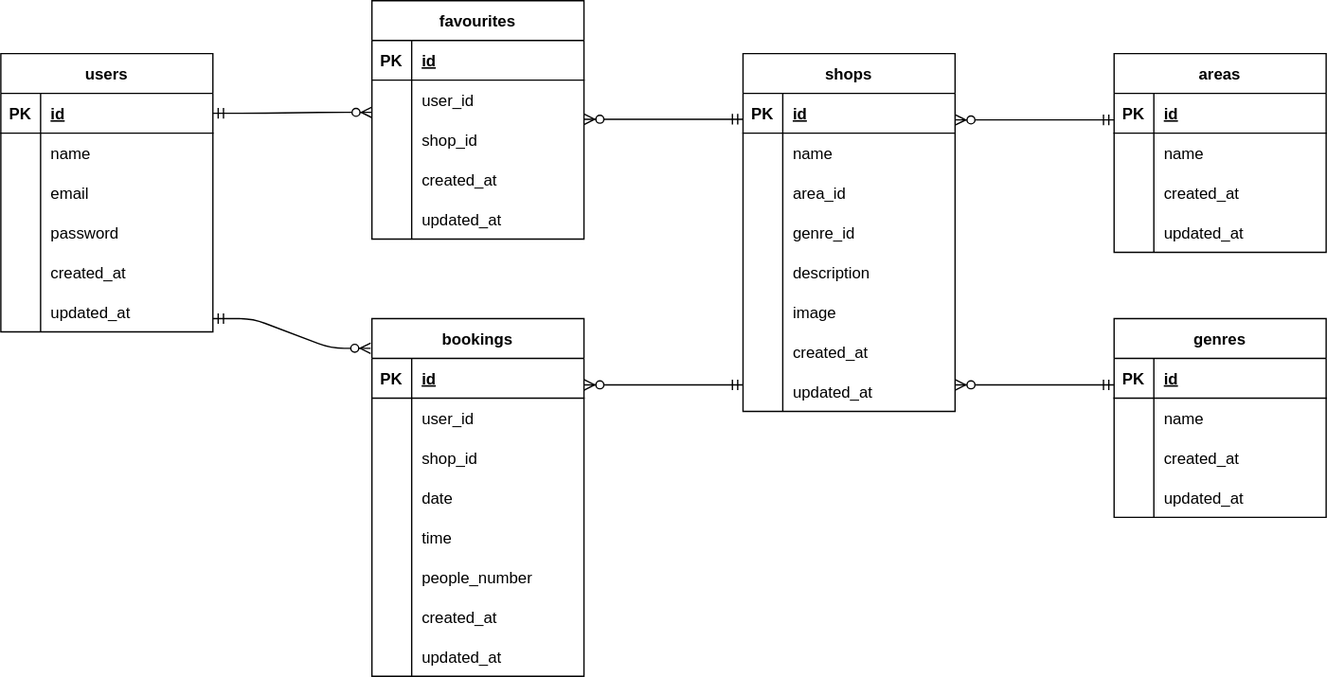
Earlier version of the draw.io export index.drawio.svg (MiyokoNakada/20240603_Rese). Source tidied: cells renumbered, new cells last; positions are measured from the earlier drawing's top-left corner, leaving out a move shared by most shapes.
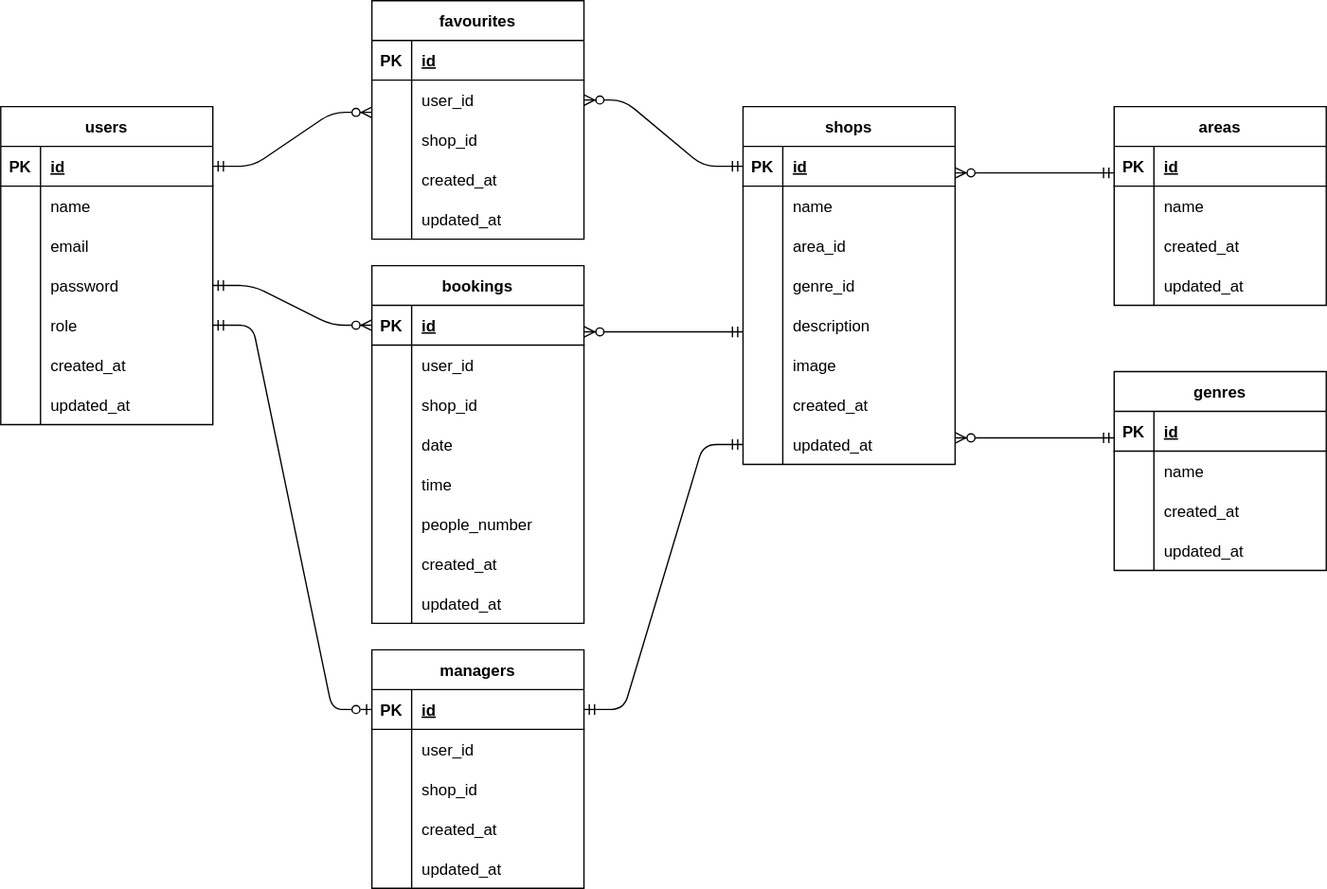
The same diagram one commit later.

Change to the diagram source:
```diff
@@ -3,7 +3,7 @@
     <mxCell id="0" />
     <mxCell id="1" parent="0" />
     <mxCell id="2" value="users" style="shape=table;startSize=30;rowLines=0;fontStyle=1;align=center;" parent="1" vertex="1">
-      <mxGeometry y="40" width="160" height="210" as="geometry" />
+      <mxGeometry y="40" width="160" height="240" as="geometry" />
     </mxCell>
     <mxCell id="3" style="shape=tableRow;horizontal=0;startSize=0;swimlaneHead=0;swimlaneBody=0;fillColor=none;points=[[0,0.5],[1,0.5]];portConstraint=eastwest;top=0;left=0;right=0;bottom=1;" parent="2" vertex="1">
       <mxGeometry y="30" width="160" height="30" as="geometry" />
@@ -41,8 +41,17 @@
     <mxCell id="14" value="password" style="shape=partialRectangle;fillColor=none;top=0;left=0;bottom=0;right=0;align=left;spacingLeft=6;overflow=hidden;" parent="12" vertex="1">
       <mxGeometry x="30" width="130" height="30" as="geometry" />
     </mxCell>
+    <mxCell id="18" style="shape=tableRow;horizontal=0;startSize=0;swimlaneHead=0;swimlaneBody=0;fillColor=none;points=[[0,0.5],[1,0.5]];portConstraint=eastwest;top=0;left=0;right=0;bottom=0;" parent="2" vertex="1">
+      <mxGeometry y="150" width="160" height="30" as="geometry" />
+    </mxCell>
+    <mxCell id="19" style="shape=partialRectangle;fillColor=none;top=0;left=0;bottom=0;right=0;overflow=hidden;" parent="18" vertex="1">
+      <mxGeometry width="30" height="30" as="geometry" />
+    </mxCell>
+    <mxCell id="20" value="role" style="shape=partialRectangle;fillColor=none;top=0;left=0;bottom=0;right=0;align=left;spacingLeft=6;overflow=hidden;" parent="18" vertex="1">
+      <mxGeometry x="30" width="130" height="30" as="geometry" />
+    </mxCell>
     <mxCell id="15" style="shape=tableRow;horizontal=0;startSize=0;swimlaneHead=0;swimlaneBody=0;fillColor=none;top=0;left=0;right=0;bottom=0;" parent="2" vertex="1">
-      <mxGeometry y="150" width="160" height="30" as="geometry" />
+      <mxGeometry y="180" width="160" height="30" as="geometry" />
     </mxCell>
     <mxCell id="16" style="shape=partialRectangle;fillColor=none;top=0;left=0;bottom=0;right=0;overflow=hidden;" parent="15" vertex="1">
       <mxGeometry width="30" height="30" as="geometry" />
@@ -50,17 +59,17 @@
     <mxCell id="17" value="created_at" style="shape=partialRectangle;fillColor=none;top=0;left=0;bottom=0;right=0;align=left;spacingLeft=6;overflow=hidden;" parent="15" vertex="1">
       <mxGeometry x="30" width="130" height="30" as="geometry" />
     </mxCell>
-    <mxCell id="18" style="shape=tableRow;horizontal=0;startSize=0;swimlaneHead=0;swimlaneBody=0;fillColor=none;points=[[0,0.5],[1,0.5]];portConstraint=eastwest;top=0;left=0;right=0;bottom=0;" parent="2" vertex="1">
-      <mxGeometry y="180" width="160" height="30" as="geometry" />
-    </mxCell>
-    <mxCell id="19" style="shape=partialRectangle;fillColor=none;top=0;left=0;bottom=0;right=0;overflow=hidden;" parent="18" vertex="1">
-      <mxGeometry width="30" height="30" as="geometry" />
-    </mxCell>
-    <mxCell id="20" value="updated_at" style="shape=partialRectangle;fillColor=none;top=0;left=0;bottom=0;right=0;align=left;spacingLeft=6;overflow=hidden;" parent="18" vertex="1">
-      <mxGeometry x="30" width="130" height="30" as="geometry" />
-    </mxCell>
+    <mxCell id="119" style="shape=tableRow;horizontal=0;startSize=0;swimlaneHead=0;swimlaneBody=0;fillColor=none;top=0;left=0;right=0;bottom=0;" parent="2" vertex="1">
+      <mxGeometry y="210" width="160" height="30" as="geometry" />
+    </mxCell>
+    <mxCell id="120" style="shape=partialRectangle;fillColor=none;top=0;left=0;bottom=0;right=0;overflow=hidden;" parent="119" vertex="1">
+      <mxGeometry width="30" height="30" as="geometry" />
+    </mxCell>
+    <mxCell id="121" value="updated_at" style="shape=partialRectangle;fillColor=none;top=0;left=0;bottom=0;right=0;align=left;spacingLeft=6;overflow=hidden;" parent="119" vertex="1">
+      <mxGeometry x="30" width="130" height="30" as="geometry" />
+    </mxCell>
     <mxCell id="21" value="favourites" style="shape=table;startSize=30;rowLines=0;fontStyle=1;align=center;" parent="1" vertex="1">
-      <mxGeometry x="280" width="160" height="180" as="geometry" />
+      <mxGeometry x="280" y="-40" width="160" height="180" as="geometry" />
     </mxCell>
     <mxCell id="22" style="shape=tableRow;horizontal=0;startSize=0;swimlaneHead=0;swimlaneBody=0;fillColor=none;top=0;left=0;right=0;bottom=1;" parent="21" vertex="1">
       <mxGeometry y="30" width="160" height="30" as="geometry" />
@@ -183,7 +192,7 @@
       <mxGeometry x="30" width="130" height="30" as="geometry" />
     </mxCell>
     <mxCell id="62" value="bookings" style="shape=table;startSize=30;rowLines=0;fontStyle=1;align=center;" parent="1" vertex="1">
-      <mxGeometry x="280" y="240" width="160" height="270" as="geometry" />
+      <mxGeometry x="280" y="160" width="160" height="270" as="geometry" />
     </mxCell>
     <mxCell id="63" style="shape=tableRow;horizontal=0;startSize=0;swimlaneHead=0;swimlaneBody=0;fillColor=none;points=[[0,0.5],[1,0.5]];portConstraint=eastwest;top=0;left=0;right=0;bottom=1;" parent="62" vertex="1">
       <mxGeometry y="30" width="160" height="30" as="geometry" />
@@ -338,11 +347,8 @@
     <mxCell id="113" style="edgeStyle=entityRelationEdgeStyle;fontSize=12;html=1;endArrow=ERzeroToMany;startArrow=ERmandOne;exitX=1;exitY=0.5;exitDx=0;exitDy=0;entryX=0;entryY=0.81;entryDx=0;entryDy=0;entryPerimeter=0;" parent="1" edge="1" source="3" target="25">
       <mxGeometry relative="1" as="geometry" />
     </mxCell>
-    <mxCell id="114" style="fontSize=12;html=1;endArrow=ERzeroToMany;startArrow=ERmandOne;exitX=1;exitY=0.5;exitDx=0;exitDy=0;entryX=0;entryY=0.5;entryDx=0;entryDy=0;strokeColor=default;" parent="1" edge="1">
-      <mxGeometry relative="1" as="geometry">
-        <mxPoint x="560" y="89.5" as="sourcePoint" />
-        <mxPoint x="440" y="89.5" as="targetPoint" />
-      </mxGeometry>
+    <mxCell id="114" style="fontSize=12;html=1;endArrow=ERzeroToMany;startArrow=ERmandOne;entryX=1;entryY=0.5;entryDx=0;entryDy=0;strokeColor=default;edgeStyle=entityRelationEdgeStyle;exitX=0;exitY=0.5;exitDx=0;exitDy=0;" parent="1" edge="1" source="38" target="25">
+      <mxGeometry relative="1" as="geometry" />
     </mxCell>
     <mxCell id="115" style="fontSize=12;html=1;endArrow=ERzeroToMany;startArrow=ERmandOne;exitX=1;exitY=0.5;exitDx=0;exitDy=0;entryX=0;entryY=0.5;entryDx=0;entryDy=0;strokeColor=default;" parent="1" edge="1">
       <mxGeometry relative="1" as="geometry">
@@ -358,14 +364,66 @@
     </mxCell>
     <mxCell id="117" style="fontSize=12;html=1;endArrow=ERzeroToMany;startArrow=ERmandOne;exitX=1;exitY=0.5;exitDx=0;exitDy=0;entryX=0;entryY=0.5;entryDx=0;entryDy=0;strokeColor=default;" parent="1" edge="1">
       <mxGeometry relative="1" as="geometry">
-        <mxPoint x="560" y="290" as="sourcePoint" />
-        <mxPoint x="440" y="290" as="targetPoint" />
+        <mxPoint x="560" y="210" as="sourcePoint" />
+        <mxPoint x="440" y="210" as="targetPoint" />
       </mxGeometry>
     </mxCell>
-    <mxCell id="118" style="edgeStyle=entityRelationEdgeStyle;fontSize=12;html=1;endArrow=ERzeroToMany;startArrow=ERmandOne;exitX=1;exitY=0.5;exitDx=0;exitDy=0;entryX=-0.006;entryY=0.083;entryDx=0;entryDy=0;entryPerimeter=0;" parent="1" edge="1" target="62">
-      <mxGeometry relative="1" as="geometry">
-        <mxPoint x="160" y="240" as="sourcePoint" />
-      </mxGeometry>
+    <mxCell id="118" style="edgeStyle=entityRelationEdgeStyle;fontSize=12;html=1;endArrow=ERzeroToMany;startArrow=ERmandOne;exitX=1;exitY=0.5;exitDx=0;exitDy=0;entryX=0;entryY=0.5;entryDx=0;entryDy=0;" parent="1" edge="1" source="12" target="63">
+      <mxGeometry relative="1" as="geometry" />
     </mxCell>
+    <mxCell id="122" value="managers" style="shape=table;startSize=30;rowLines=0;fontStyle=1;align=center;" parent="1" vertex="1">
+      <mxGeometry x="280" y="450" width="160" height="180" as="geometry" />
+    </mxCell>
+    <mxCell id="123" style="shape=tableRow;horizontal=0;startSize=0;swimlaneHead=0;swimlaneBody=0;fillColor=none;points=[[0,0.5],[1,0.5]];portConstraint=eastwest;top=0;left=0;right=0;bottom=1;" parent="122" vertex="1">
+      <mxGeometry y="30" width="160" height="30" as="geometry" />
+    </mxCell>
+    <mxCell id="124" value="PK" style="shape=partialRectangle;fillColor=none;top=0;left=0;bottom=0;right=0;fontStyle=1;overflow=hidden;" parent="123" vertex="1">
+      <mxGeometry width="30" height="30" as="geometry" />
+    </mxCell>
+    <mxCell id="125" value="id" style="shape=partialRectangle;fillColor=none;top=0;left=0;bottom=0;right=0;align=left;spacingLeft=6;fontStyle=5;overflow=hidden;" parent="123" vertex="1">
+      <mxGeometry x="30" width="130" height="30" as="geometry" />
+    </mxCell>
+    <mxCell id="126" style="shape=tableRow;horizontal=0;startSize=0;swimlaneHead=0;swimlaneBody=0;fillColor=none;top=0;left=0;right=0;bottom=0;" parent="122" vertex="1">
+      <mxGeometry y="60" width="160" height="30" as="geometry" />
+    </mxCell>
+    <mxCell id="127" style="shape=partialRectangle;fillColor=none;top=0;left=0;bottom=0;right=0;overflow=hidden;" parent="126" vertex="1">
+      <mxGeometry width="30" height="30" as="geometry" />
+    </mxCell>
+    <mxCell id="128" value="user_id" style="shape=partialRectangle;fillColor=none;top=0;left=0;bottom=0;right=0;align=left;spacingLeft=6;overflow=hidden;" parent="126" vertex="1">
+      <mxGeometry x="30" width="130" height="30" as="geometry" />
+    </mxCell>
+    <mxCell id="129" style="shape=tableRow;horizontal=0;startSize=0;swimlaneHead=0;swimlaneBody=0;fillColor=none;top=0;left=0;right=0;bottom=0;" parent="122" vertex="1">
+      <mxGeometry y="90" width="160" height="30" as="geometry" />
+    </mxCell>
+    <mxCell id="130" style="shape=partialRectangle;fillColor=none;top=0;left=0;bottom=0;right=0;overflow=hidden;" parent="129" vertex="1">
+      <mxGeometry width="30" height="30" as="geometry" />
+    </mxCell>
+    <mxCell id="131" value="shop_id" style="shape=partialRectangle;fillColor=none;top=0;left=0;bottom=0;right=0;align=left;spacingLeft=6;overflow=hidden;" parent="129" vertex="1">
+      <mxGeometry x="30" width="130" height="30" as="geometry" />
+    </mxCell>
+    <mxCell id="132" style="shape=tableRow;horizontal=0;startSize=0;swimlaneHead=0;swimlaneBody=0;fillColor=none;top=0;left=0;right=0;bottom=0;" parent="122" vertex="1">
+      <mxGeometry y="120" width="160" height="30" as="geometry" />
+    </mxCell>
+    <mxCell id="133" style="shape=partialRectangle;fillColor=none;top=0;left=0;bottom=0;right=0;overflow=hidden;" parent="132" vertex="1">
+      <mxGeometry width="30" height="30" as="geometry" />
+    </mxCell>
+    <mxCell id="134" value="created_at" style="shape=partialRectangle;fillColor=none;top=0;left=0;bottom=0;right=0;align=left;spacingLeft=6;overflow=hidden;" parent="132" vertex="1">
+      <mxGeometry x="30" width="130" height="30" as="geometry" />
+    </mxCell>
+    <mxCell id="135" style="shape=tableRow;horizontal=0;startSize=0;swimlaneHead=0;swimlaneBody=0;fillColor=none;top=0;left=0;right=0;bottom=0;" parent="122" vertex="1">
+      <mxGeometry y="150" width="160" height="30" as="geometry" />
+    </mxCell>
+    <mxCell id="136" style="shape=partialRectangle;fillColor=none;top=0;left=0;bottom=0;right=0;overflow=hidden;" parent="135" vertex="1">
+      <mxGeometry width="30" height="30" as="geometry" />
+    </mxCell>
+    <mxCell id="137" value="updated_at" style="shape=partialRectangle;fillColor=none;top=0;left=0;bottom=0;right=0;align=left;spacingLeft=6;overflow=hidden;" parent="135" vertex="1">
+      <mxGeometry x="30" width="130" height="30" as="geometry" />
+    </mxCell>
+    <mxCell id="138" style="edgeStyle=entityRelationEdgeStyle;fontSize=12;html=1;endArrow=ERzeroToOne;startArrow=ERmandOne;exitX=1;exitY=0.5;exitDx=0;exitDy=0;entryX=0;entryY=0.5;entryDx=0;entryDy=0;endFill=0;" parent="1" edge="1" source="18" target="123">
+      <mxGeometry relative="1" as="geometry" />
+    </mxCell>
+    <mxCell id="139" style="fontSize=12;html=1;endArrow=ERmandOne;startArrow=ERmandOne;entryX=1;entryY=0.5;entryDx=0;entryDy=0;strokeColor=default;edgeStyle=entityRelationEdgeStyle;exitX=0;exitY=0.5;exitDx=0;exitDy=0;startFill=0;endFill=0;" parent="1" edge="1" source="59" target="123">
+      <mxGeometry relative="1" as="geometry" />
+    </mxCell>
   </root>
 </mxGraphModel>
```
